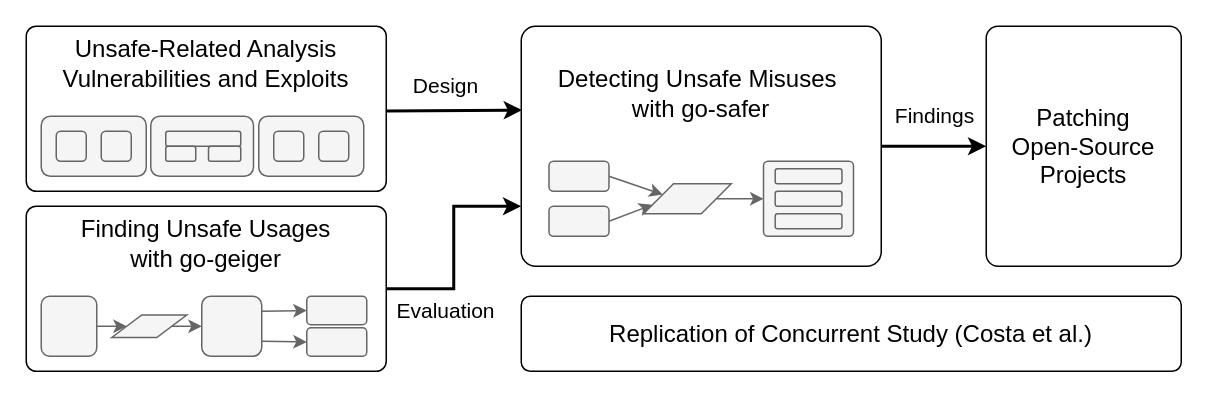
jlauinger/master-of-science keeps this draw.io diagram as thesis/assets/figures/chapter1/outline1.drawio. Above is the earlier version. Source tidied: cells renumbered, new cells numbered last; positions are measured from the earlier drawing's top-left corner, leaving out a move shared by most shapes. Both pictures are drawn from the tidied source at 150%, with x=0, y=0 at pixel (26, 26).
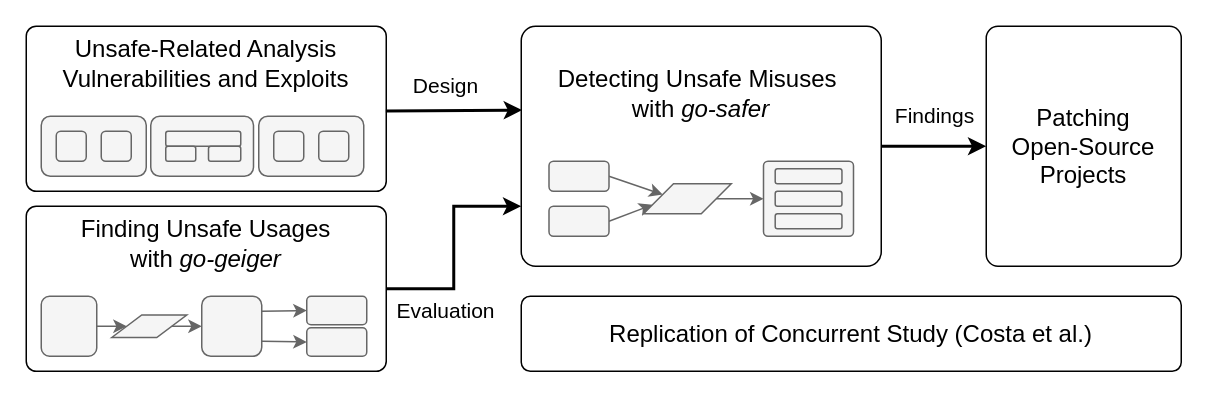
The same diagram, later.

Change to the diagram source:
```diff
@@
-    <mxCell id="46" value="&lt;font style=&quot;font-size: 16px&quot;&gt;Finding Unsafe Usages &lt;br&gt;with go-geiger&lt;/font&gt;" style="text;html=1;strokeColor=none;fillColor=none;align=center;verticalAlign=middle;whiteSpace=wrap;rounded=0;" parent="1" vertex="1">
+    <mxCell id="46" value="&lt;font style=&quot;font-size: 16px&quot;&gt;Finding Unsafe Usages &lt;br&gt;with &lt;i&gt;go-geiger&lt;/i&gt;&lt;/font&gt;" style="text;html=1;strokeColor=none;fillColor=none;align=center;verticalAlign=middle;whiteSpace=wrap;rounded=0;" parent="1" vertex="1">
       <mxGeometry y="130" width="240" height="30" as="geometry" />
     </mxCell>
@@
-    <mxCell id="48" value="&lt;font style=&quot;font-size: 16px&quot;&gt;Detecting Unsafe Misuses&amp;nbsp;&lt;br&gt;with go-safer&lt;/font&gt;" style="text;html=1;strokeColor=none;fillColor=none;align=center;verticalAlign=middle;whiteSpace=wrap;rounded=0;" parent="1" vertex="1">
+    <mxCell id="48" value="&lt;font style=&quot;font-size: 16px&quot;&gt;Detecting Unsafe Misuses&amp;nbsp;&lt;br&gt;with &lt;i&gt;go-safer&lt;/i&gt;&lt;/font&gt;" style="text;html=1;strokeColor=none;fillColor=none;align=center;verticalAlign=middle;whiteSpace=wrap;rounded=0;" parent="1" vertex="1">
       <mxGeometry x="330" y="30" width="240" height="30" as="geometry" />
     </mxCell>
```
